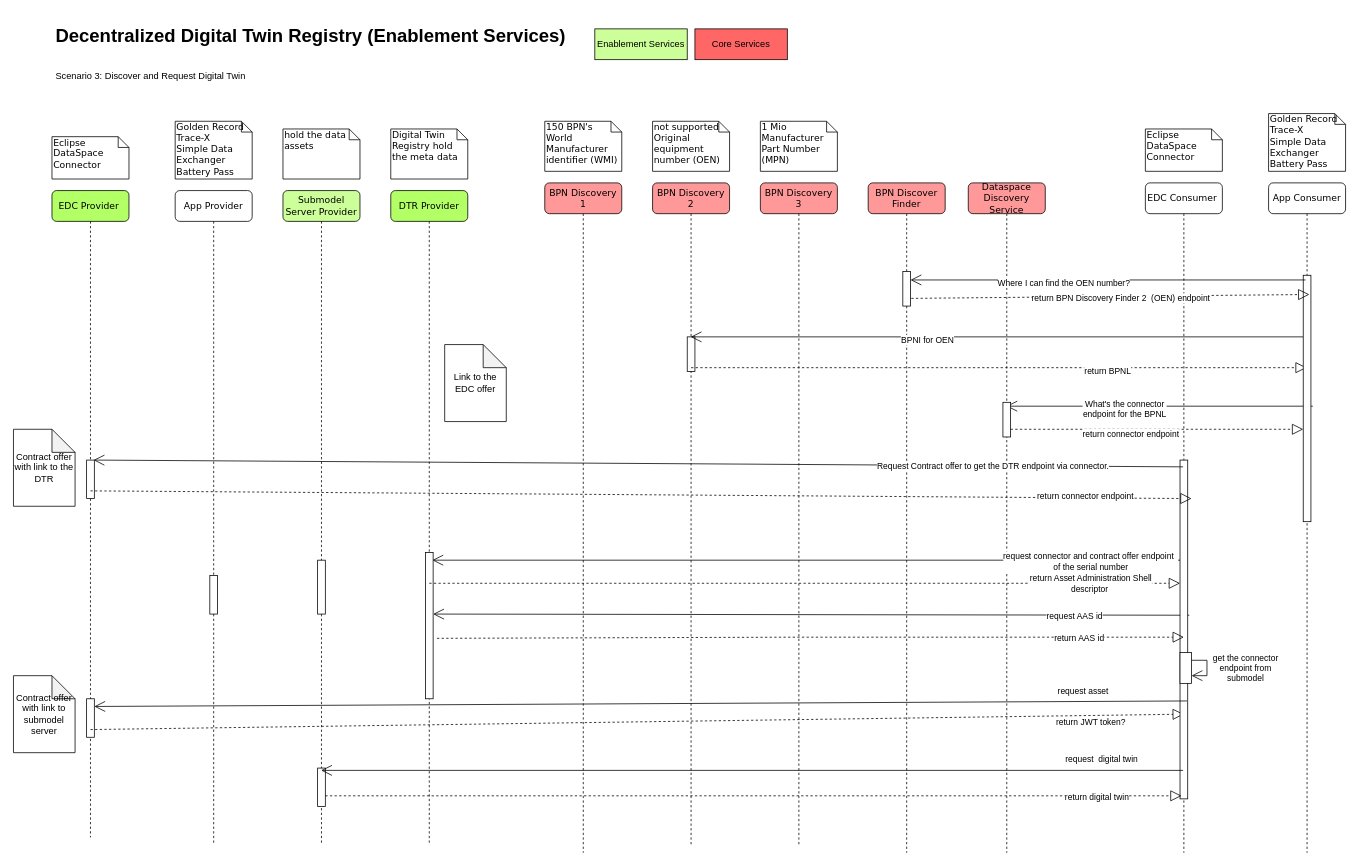
eclipse-tractusx/sldt-bpn-discovery keeps this draw.io diagram as docs/media/drawings/decentrilzedDTR-DiscoverRequestDigitalTwin.drawio. Above is the earlier version. Source tidied: cells renumbered, new cells numbered last; positions are measured from the earlier drawing's top-left corner, leaving out a move shared by most shapes. Both pictures are drawn from the tidied source at 77%, with x=0, y=0 at pixel (13, 21).
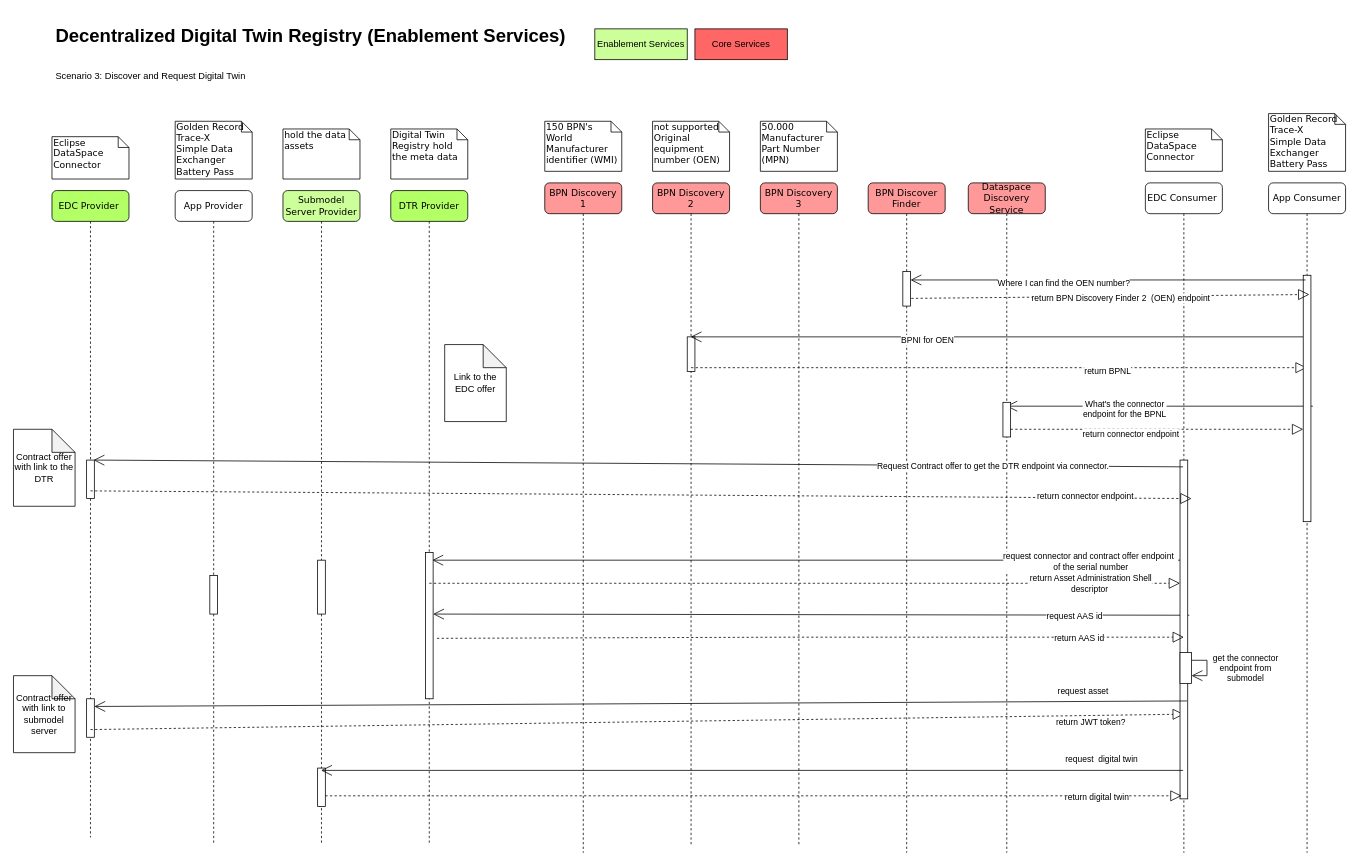
After the change.

What changed in the source:
```diff
@@
-    <mxCell id="18" value="1 Mio&lt;br&gt;Manufacturer Part Number (MPN)" style="shape=note;whiteSpace=wrap;html=1;size=14;verticalAlign=top;align=left;spacingTop=-6;rounded=0;shadow=0;comic=0;labelBackgroundColor=none;strokeWidth=1;fontFamily=Verdana;fontSize=12;" parent="1" vertex="1">
+    <mxCell id="18" value="50.000&lt;br&gt;Manufacturer Part Number (MPN)" style="shape=note;whiteSpace=wrap;html=1;size=14;verticalAlign=top;align=left;spacingTop=-6;rounded=0;shadow=0;comic=0;labelBackgroundColor=none;strokeWidth=1;fontFamily=Verdana;fontSize=12;" parent="1" vertex="1">
       <mxGeometry x="970" y="130" width="100" height="65" as="geometry" />
     </mxCell>
```
